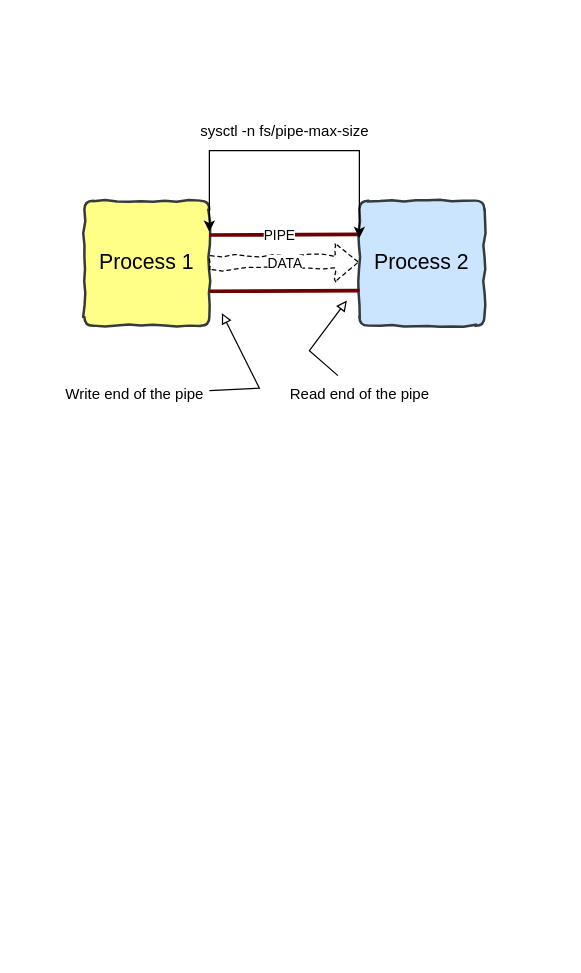
Above: Untitled Diagram.drawio in Punkoivan/linkedin (draw.io), before the change. Source tidied: cells renumbered, new cells numbered last; positions are measured from the earlier drawing's top-left corner, leaving out a move shared by most shapes. Both pictures are drawn from the tidied source at 125%, with x=0, y=0 at pixel (59, 112).
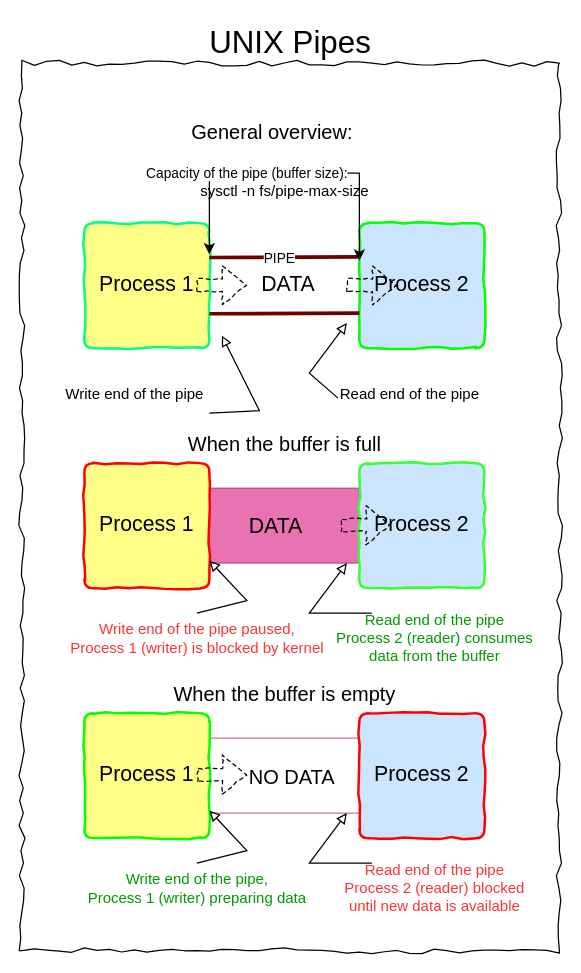
Above is the later version.

Commit message:
unix pipes finished

Unchanged cells that the change refers to:
```xml
<mxCell id="9" value="&lt;div&gt;Write end of the pipe&lt;/div&gt;" style="text;html=1;align=center;verticalAlign=middle;points=[];strokeColor=none;fillColor=none;" parent="1" vertex="1">
  <mxGeometry y="210" width="120" height="30" as="geometry" />
</mxCell>
```

Change to the diagram source:
```diff
@@
+    <mxCell id="14" value="UNIX Pipes" style="whiteSpace=wrap;html=1;fillColor=none;imageAspect=0;labelPosition=center;verticalLabelPosition=top;align=center;verticalAlign=bottom;fontSize=25;comic=1;jiggle=5;" parent="1" vertex="1">
+      <mxGeometry x="-30" y="-40" width="430" height="710" as="geometry" />
+    </mxCell>
+    <mxCell id="15" style="rounded=0;whiteSpace=wrap;html=1;fillColor=#d80073;fontColor=#ffffff;strokeColor=#A50040;opacity=55;" parent="1" vertex="1">
+      <mxGeometry x="120" y="300" width="120" height="60" as="geometry" />
+    </mxCell>
-    <mxCell id="2" value="Process 1" style="rounded=1;whiteSpace=wrap;html=1;absoluteArcSize=1;arcSize=14;strokeWidth=2;comic=1;jiggle=2;fillColor=#ffff88;strokeColor=#36393d;fontSize=17;" parent="1" vertex="1">
-      <mxGeometry x="20" y="70" width="100" height="100" as="geometry" />
+    <mxCell id="2" value="Process 1" style="rounded=1;whiteSpace=wrap;html=1;absoluteArcSize=1;arcSize=14;strokeWidth=2;comic=1;jiggle=2;fillColor=#ffff88;strokeColor=#00FF80;fontSize=17;" parent="1" vertex="1">
+      <mxGeometry x="20" y="88" width="100" height="100" as="geometry" />
     </mxCell>
-    <mxCell id="3" value="Process 2" style="rounded=1;whiteSpace=wrap;html=1;absoluteArcSize=1;arcSize=14;strokeWidth=2;comic=1;linejoin=miter-clip;glass=0;shadow=0;fillColor=#cce5ff;strokeColor=#36393d;fontSize=17;" parent="1" vertex="1">
-      <mxGeometry x="240" y="70" width="100" height="100" as="geometry" />
+    <mxCell id="3" value="Process 2" style="rounded=1;whiteSpace=wrap;html=1;absoluteArcSize=1;arcSize=14;strokeWidth=2;comic=1;linejoin=miter-clip;glass=0;shadow=0;fillColor=#cce5ff;strokeColor=#00FF00;fontSize=17;" parent="1" vertex="1">
+      <mxGeometry x="240" y="88" width="100" height="100" as="geometry" />
     </mxCell>
-    <mxCell id="4" style="shape=flexArrow;endArrow=classic;html=1;rounded=0;dashed=1;flowAnimation=1;comic=1;jiggle=4;linecap=round;exitX=1;exitY=0.5;exitDx=0;exitDy=0;" parent="1" edge="1" source="2">
+    <mxCell id="4" style="shape=flexArrow;endArrow=classic;html=1;rounded=0;dashed=1;flowAnimation=1;comic=1;jiggle=4;linecap=round;align=right;" parent="1" edge="1">
       <mxGeometry relative="1" as="geometry">
-        <mxPoint x="240" y="119.5" as="targetPoint" />
+        <mxPoint x="110" y="137.6" as="sourcePoint" />
+        <mxPoint x="150" y="137.6" as="targetPoint" />
       </mxGeometry>
     </mxCell>
-    <mxCell id="5" value="&lt;div&gt;DATA&lt;/div&gt;" style="edgeLabel;html=1;align=left;verticalAlign=middle;" parent="4" vertex="1">
-      <mxGeometry x="-0.25" relative="1" as="geometry" />
+    <mxCell id="5" value="&lt;div style=&quot;font-size: 17px;&quot;&gt;DATA&lt;/div&gt;" style="edgeLabel;html=1;align=left;verticalAlign=middle;fontSize=17;" parent="4" vertex="1">
+      <mxGeometry x="-0.25" relative="1" as="geometry">
+        <mxPoint x="35" as="offset" />
+      </mxGeometry>
     </mxCell>
     <mxCell id="6" style="shape=link;html=1;rounded=0;width=43;fillColor=#a20025;strokeColor=#6F0000;strokeWidth=3;" parent="1" edge="1">
       <mxGeometry relative="1" as="geometry">
-        <mxPoint x="120" y="120" as="sourcePoint" />
-        <mxPoint x="240" y="119.5" as="targetPoint" />
+        <mxPoint x="120" y="138" as="sourcePoint" />
+        <mxPoint x="240" y="137.5" as="targetPoint" />
       </mxGeometry>
     </mxCell>
@@
-    <mxCell id="8" style="rounded=0;jettySize=auto;html=1;endArrow=block;endFill=0;" parent="1" edge="1" source="9">
+    <mxCell id="8" style="rounded=0;orthogonalLoop=1;jettySize=auto;html=1;endArrow=block;endFill=0;" parent="1" edge="1">
       <mxGeometry relative="1" as="geometry">
-        <mxPoint x="130" y="160" as="targetPoint" />
+        <mxPoint x="120" y="240" as="sourcePoint" />
+        <mxPoint x="130" y="178" as="targetPoint" />
         <Array as="points">
-          <mxPoint x="160" y="220" />
+          <mxPoint x="160" y="238" />
         </Array>
       </mxGeometry>
     </mxCell>
@@
-    <mxCell id="10" style="rounded=0;jettySize=auto;html=1;endArrow=block;endFill=0;" parent="1" edge="1" source="11">
+    <mxCell id="10" style="rounded=0;orthogonalLoop=1;jettySize=auto;html=1;endArrow=block;endFill=0;" parent="1" edge="1">
       <mxGeometry relative="1" as="geometry">
-        <mxPoint x="230" y="150" as="targetPoint" />
+        <mxPoint x="222.9" y="228" as="sourcePoint" />
+        <mxPoint x="230" y="168" as="targetPoint" />
         <Array as="points">
-          <mxPoint x="200" y="190" />
+          <mxPoint x="200" y="208" />
         </Array>
       </mxGeometry>
     </mxCell>
     <mxCell id="11" value="&lt;div&gt;Read end of the pipe&lt;/div&gt;" style="text;html=1;align=center;verticalAlign=middle;points=[];strokeColor=none;fillColor=none;flipV=0;flipH=1;" parent="1" vertex="1">
-      <mxGeometry x="180" y="210" width="120" height="30" as="geometry" />
+      <mxGeometry x="220" y="210" width="120" height="30" as="geometry" />
     </mxCell>
     <mxCell id="12" value="sysctl -n fs/pipe-max-size" style="text;html=1;align=center;verticalAlign=middle;strokeColor=none;fillColor=none;" parent="1" vertex="1">
-      <mxGeometry x="110" width="140" height="30" as="geometry" />
+      <mxGeometry x="110" y="48" width="140" height="30" as="geometry" />
     </mxCell>
     <mxCell id="13" style="endArrow=classic;startArrow=classic;html=1;rounded=0;exitX=1;exitY=0.25;exitDx=0;exitDy=0;" parent="1" edge="1" source="2">
       <mxGeometry relative="1" as="geometry">
-        <mxPoint x="240" y="100" as="targetPoint" />
+        <mxPoint x="240" y="118" as="targetPoint" />
         <Array as="points">
-          <mxPoint x="120" y="30" />
-          <mxPoint x="190" y="30" />
-          <mxPoint x="240" y="30" />
+          <mxPoint x="120" y="48" />
+          <mxPoint x="240" y="48" />
         </Array>
       </mxGeometry>
     </mxCell>
+    <mxCell id="16" value="&lt;div&gt;Capacity of the pipe (buffer size):&lt;/div&gt;" style="edgeLabel;html=1;align=center;verticalAlign=middle;" parent="13" vertex="1">
+      <mxGeometry x="-0.26" y="1" relative="1" as="geometry" />
+    </mxCell>
+    <mxCell id="17" value="Process 1" style="rounded=1;whiteSpace=wrap;html=1;absoluteArcSize=1;arcSize=14;strokeWidth=2;comic=1;jiggle=2;fillColor=#ffff88;strokeColor=#FF0000;fontSize=17;" parent="1" vertex="1">
+      <mxGeometry x="20" y="280" width="100" height="100" as="geometry" />
+    </mxCell>
+    <mxCell id="18" value="Process 2" style="rounded=1;whiteSpace=wrap;html=1;absoluteArcSize=1;arcSize=14;strokeWidth=2;comic=1;linejoin=miter-clip;glass=0;shadow=0;fillColor=#cce5ff;strokeColor=#33FF33;fontSize=17;" parent="1" vertex="1">
+      <mxGeometry x="240" y="280" width="100" height="100" as="geometry" />
+    </mxCell>
+    <mxCell id="19" style="shape=flexArrow;endArrow=classic;html=1;rounded=0;dashed=1;flowAnimation=1;comic=1;jiggle=4;linecap=round;" parent="1" edge="1" source="15">
+      <mxGeometry relative="1" as="geometry">
+        <mxPoint x="240" y="329.5" as="targetPoint" />
+      </mxGeometry>
+    </mxCell>
+    <mxCell id="20" style="rounded=0;orthogonalLoop=1;jettySize=auto;html=1;endArrow=block;endFill=0;" parent="1" edge="1">
+      <mxGeometry relative="1" as="geometry">
+        <mxPoint x="250" y="400" as="sourcePoint" />
+        <mxPoint x="230" y="360" as="targetPoint" />
+        <Array as="points">
+          <mxPoint x="200" y="400" />
+        </Array>
+      </mxGeometry>
+    </mxCell>
+    <mxCell id="21" value="&lt;div&gt;Read end of the pipe&lt;/div&gt;&lt;div&gt;Process 2 (reader) consumes&lt;/div&gt;&lt;div&gt;data from the buffer&lt;br&gt;&lt;/div&gt;" style="text;html=1;align=center;verticalAlign=middle;strokeColor=none;fillColor=none;flipV=0;flipH=1;fontColor=#009900;" parent="1" vertex="1">
+      <mxGeometry x="220" y="390" width="160" height="60" as="geometry" />
+    </mxCell>
+    <mxCell id="22" value="&lt;div style=&quot;font-size: 16px;&quot;&gt;General overview:&lt;/div&gt;" style="text;html=1;align=center;verticalAlign=middle;strokeColor=none;fillColor=none;fontSize=16;" parent="1" vertex="1">
+      <mxGeometry x="100" width="140" height="30" as="geometry" />
+    </mxCell>
+    <mxCell id="23" value="When the buffer is full" style="text;html=1;align=center;verticalAlign=middle;strokeColor=none;fillColor=none;fontSize=16;" parent="1" vertex="1">
+      <mxGeometry x="95" y="250" width="170" height="30" as="geometry" />
+    </mxCell>
+    <mxCell id="24" style="shape=flexArrow;endArrow=classic;html=1;rounded=0;dashed=1;flowAnimation=1;comic=1;jiggle=4;linecap=round;labelBackgroundColor=none;" parent="1" edge="1">
+      <mxGeometry relative="1" as="geometry">
+        <mxPoint x="230" y="137.6" as="sourcePoint" />
+        <mxPoint x="270" y="138" as="targetPoint" />
+      </mxGeometry>
+    </mxCell>
+    <mxCell id="25" style="shape=flexArrow;endArrow=classic;html=1;rounded=0;dashed=1;flowAnimation=1;comic=1;jiggle=4;linecap=round;labelBackgroundColor=none;" parent="1" edge="1">
+      <mxGeometry relative="1" as="geometry">
+        <mxPoint x="225" y="329.6" as="sourcePoint" />
+        <mxPoint x="265" y="329.6" as="targetPoint" />
+      </mxGeometry>
+    </mxCell>
+    <mxCell id="26" value="&lt;div style=&quot;font-size: 17px;&quot;&gt;DATA&lt;/div&gt;" style="edgeLabel;html=1;align=left;verticalAlign=middle;fontSize=17;labelBackgroundColor=none;" parent="1" vertex="1">
+      <mxGeometry x="150" y="330" as="geometry" />
+    </mxCell>
+    <mxCell id="27" value="&lt;div&gt;Write end of the pipe paused,&lt;/div&gt;&lt;div&gt;Process 1 (writer) is blocked by kernel&lt;/div&gt;" style="text;html=1;align=center;verticalAlign=middle;strokeColor=none;fillColor=none;fontColor=#FF3333;" parent="1" vertex="1">
+      <mxGeometry x="10" y="400" width="200" height="40" as="geometry" />
+    </mxCell>
+    <mxCell id="28" style="rounded=0;orthogonalLoop=1;jettySize=auto;html=1;endArrow=block;endFill=0;" parent="1" edge="1">
+      <mxGeometry relative="1" as="geometry">
+        <mxPoint x="110" y="400" as="sourcePoint" />
+        <mxPoint x="120" y="358" as="targetPoint" />
+        <Array as="points">
+          <mxPoint x="150" y="390" />
+        </Array>
+      </mxGeometry>
+    </mxCell>
+    <mxCell id="29" style="rounded=0;whiteSpace=wrap;html=1;fillColor=none;fontColor=#ffffff;strokeColor=#A50040;opacity=55;" parent="1" vertex="1">
+      <mxGeometry x="120" y="500" width="120" height="60" as="geometry" />
+    </mxCell>
+    <mxCell id="30" value="Process 1" style="rounded=1;whiteSpace=wrap;html=1;absoluteArcSize=1;arcSize=14;strokeWidth=2;comic=1;jiggle=2;fillColor=#ffff88;strokeColor=#00FF00;fontSize=17;" parent="1" vertex="1">
+      <mxGeometry x="20" y="480" width="100" height="100" as="geometry" />
+    </mxCell>
+    <mxCell id="31" value="Process 2" style="rounded=1;whiteSpace=wrap;html=1;absoluteArcSize=1;arcSize=14;strokeWidth=2;comic=1;linejoin=miter-clip;glass=0;shadow=0;fillColor=#cce5ff;strokeColor=#FF0000;fontSize=17;" parent="1" vertex="1">
+      <mxGeometry x="240" y="480" width="100" height="100" as="geometry" />
+    </mxCell>
+    <mxCell id="32" style="shape=flexArrow;endArrow=classic;html=1;rounded=0;dashed=1;flowAnimation=1;comic=1;jiggle=4;linecap=round;" parent="1" edge="1" source="29">
+      <mxGeometry relative="1" as="geometry">
+        <mxPoint x="240" y="529.5" as="targetPoint" />
+      </mxGeometry>
+    </mxCell>
+    <mxCell id="33" style="rounded=0;orthogonalLoop=1;jettySize=auto;html=1;endArrow=block;endFill=0;" parent="1" edge="1">
+      <mxGeometry relative="1" as="geometry">
+        <mxPoint x="250" y="600" as="sourcePoint" />
+        <mxPoint x="230" y="560" as="targetPoint" />
+        <Array as="points">
+          <mxPoint x="200" y="600" />
+        </Array>
+      </mxGeometry>
+    </mxCell>
+    <mxCell id="34" value="When the buffer is empty" style="text;html=1;align=center;verticalAlign=middle;strokeColor=none;fillColor=none;fontSize=16;" parent="1" vertex="1">
+      <mxGeometry x="90" y="450" width="180" height="30" as="geometry" />
+    </mxCell>
+    <mxCell id="35" style="shape=flexArrow;endArrow=classic;html=1;rounded=0;dashed=1;flowAnimation=1;comic=1;jiggle=4;linecap=round;labelBackgroundColor=none;" parent="1" edge="1">
+      <mxGeometry relative="1" as="geometry">
+        <mxPoint x="110" y="529.3" as="sourcePoint" />
+        <mxPoint x="150" y="529.3" as="targetPoint" />
+      </mxGeometry>
+    </mxCell>
+    <mxCell id="36" value="&lt;font style=&quot;font-size: 16px;&quot;&gt;NO D&lt;font style=&quot;font-size: 16px;&quot;&gt;ATA&lt;/font&gt;&lt;/font&gt;" style="edgeLabel;html=1;align=left;verticalAlign=middle;fontSize=13;labelBackgroundColor=none;" parent="1" vertex="1">
+      <mxGeometry x="150" y="530" as="geometry" />
+    </mxCell>
+    <mxCell id="37" value="&lt;div&gt;Write end of the pipe,&lt;/div&gt;&lt;div&gt;Process 1 (writer) preparing data &lt;/div&gt;" style="text;html=1;align=center;verticalAlign=middle;strokeColor=none;fillColor=none;fontColor=#009900;" parent="1" vertex="1">
+      <mxGeometry x="20" y="600" width="180" height="40" as="geometry" />
+    </mxCell>
+    <mxCell id="38" style="rounded=0;orthogonalLoop=1;jettySize=auto;html=1;endArrow=block;endFill=0;" parent="1" edge="1">
+      <mxGeometry relative="1" as="geometry">
+        <mxPoint x="110" y="600" as="sourcePoint" />
+        <mxPoint x="120" y="558" as="targetPoint" />
+        <Array as="points">
+          <mxPoint x="150" y="590" />
+        </Array>
+      </mxGeometry>
+    </mxCell>
+    <mxCell id="39" value="&lt;div&gt;Read end of the pipe&lt;/div&gt;&lt;div&gt;Process 2 (reader) blocked&lt;/div&gt;&lt;div&gt;until new data is available&lt;br&gt;&lt;/div&gt;" style="text;html=1;align=center;verticalAlign=middle;strokeColor=none;fillColor=none;flipV=0;flipH=1;fontColor=#ff3333;" parent="1" vertex="1">
+      <mxGeometry x="225" y="590" width="150" height="60" as="geometry" />
+    </mxCell>
```
